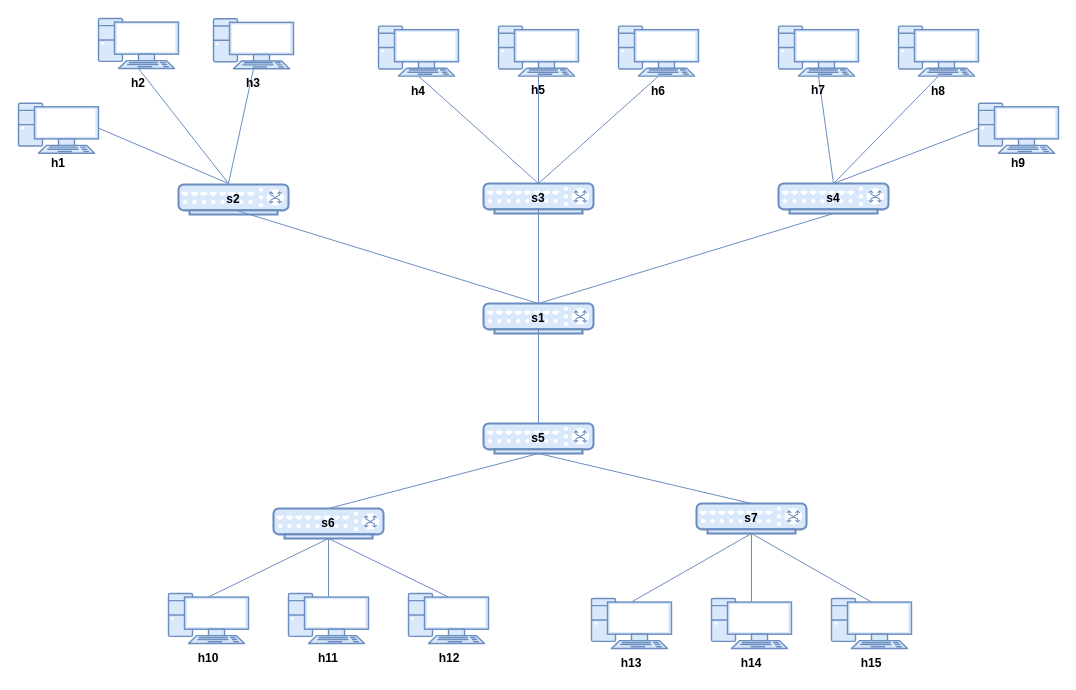
mnabila/learningMininet keeps this draw.io diagram as learn topologi.drawio. Above is the earlier version. Source tidied: cells renumbered, new cells numbered last; positions are measured from the earlier drawing's top-left corner, leaving out a move shared by most shapes. Both pictures are drawn from the tidied source at 100%, with x=0, y=0 at pixel (18, 18).
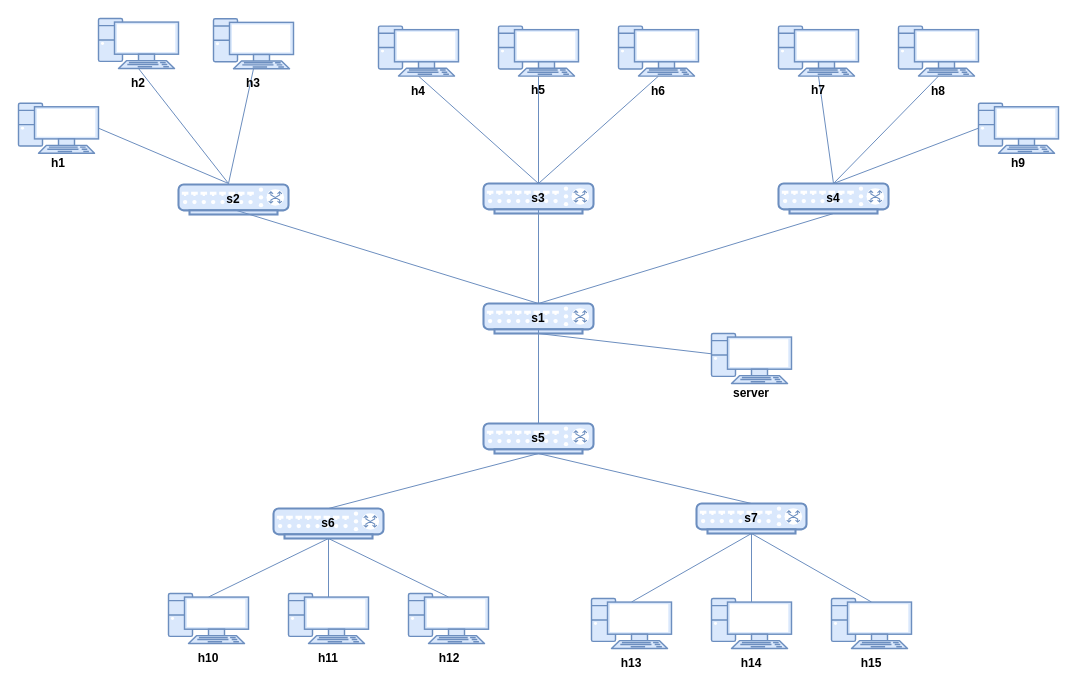
Above is the later version.

Commit message (it also covers changes not shown here):
refactor: add ip address and class switch

Unchanged cells that the change refers to:
```xml
<mxCell id="4" style="verticalAlign=top;verticalLabelPosition=bottom;labelPosition=center;align=center;html=1;outlineConnect=0;fillColor=#dae8fc;strokeColor=#6c8ebf;gradientDirection=north;strokeWidth=2;shape=mxgraph.networks.switch;fontSize=12;" parent="1" vertex="1">
  <mxGeometry x="465" y="285" width="110" height="30" as="geometry" />
</mxCell>
```

What changed in the source:
```diff
@@
+    <mxCell id="67" style="verticalAlign=top;verticalLabelPosition=bottom;labelPosition=center;align=center;html=1;outlineConnect=0;fillColor=#dae8fc;strokeColor=#6c8ebf;gradientDirection=north;strokeWidth=2;shape=mxgraph.networks.pc;fontSize=12;" parent="1" vertex="1">
+      <mxGeometry x="693" y="315" width="80" height="50" as="geometry" />
+    </mxCell>
+    <mxCell id="68" value="&lt;b style=&quot;font-size: 12px&quot;&gt;&lt;font style=&quot;font-size: 12px&quot;&gt;server&lt;/font&gt;&lt;/b&gt;" style="text;html=1;strokeColor=none;fillColor=none;align=center;verticalAlign=middle;whiteSpace=wrap;rounded=0;fontSize=12;" parent="1" vertex="1">
+      <mxGeometry x="713" y="365" width="40" height="20" as="geometry" />
+    </mxCell>
+    <mxCell id="69" style="edgeStyle=none;rounded=0;jettySize=auto;html=1;entryX=0.5;entryY=1;entryDx=0;entryDy=0;entryPerimeter=0;endArrow=none;endFill=0;fontSize=12;fillColor=#dae8fc;strokeColor=#6c8ebf;" parent="1" edge="1" source="67" target="4">
+      <mxGeometry relative="1" as="geometry" />
+    </mxCell>
```
